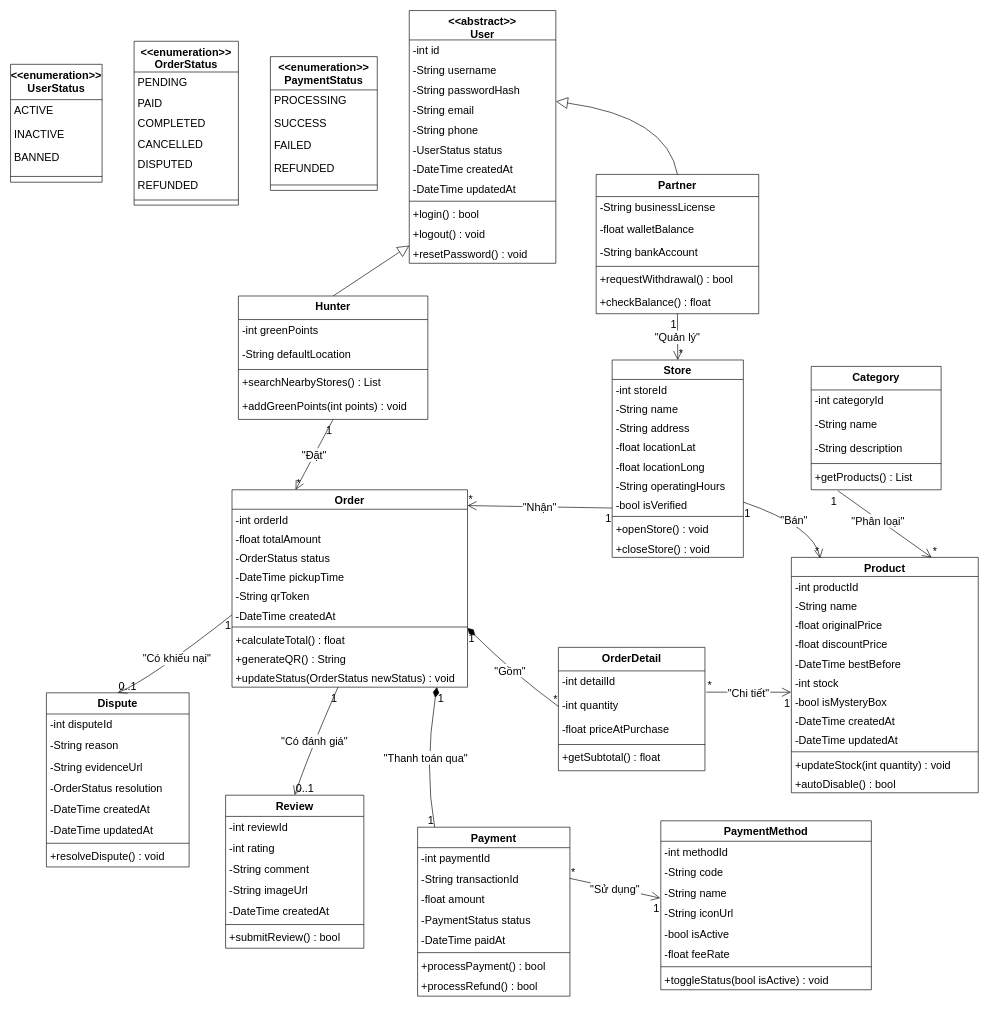
Earlier version of the draw.io diagram food-rescue/class-diagram.drawio (shin-client/drawio). Source tidied: cells renumbered, new cells numbered last; positions are measured from the earlier drawing's top-left corner, leaving out a move shared by most shapes. Both pictures are drawn from the tidied source at 64%, with x=0, y=0 at pixel (10, 10).
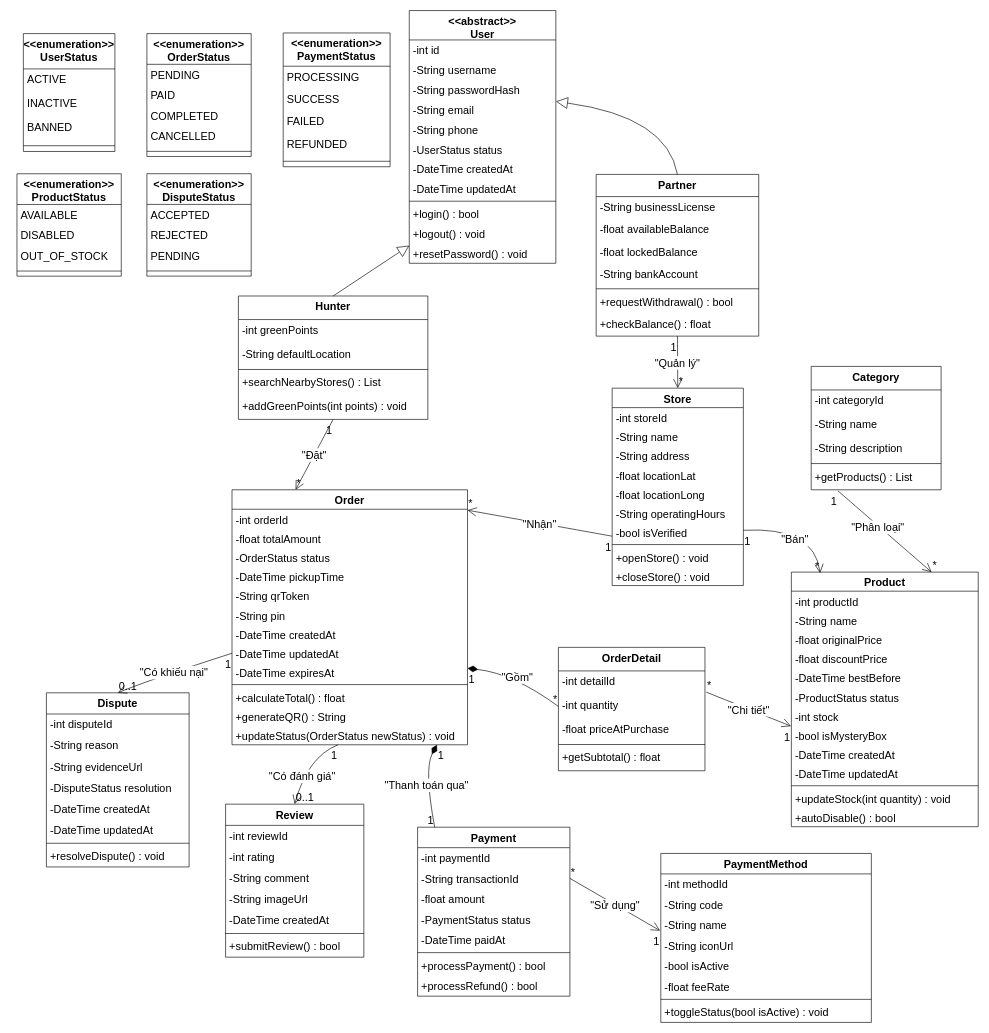
The same diagram, later.

The change refers to these unchanged cells:
```xml
<mxCell id="120" value="Dispute" style="swimlane;fontStyle=1;align=center;verticalAlign=top;horizontal=1;startSize=33.142857142857146;fontSize=17;" parent="1" vertex="1">
  <mxGeometry x="56" y="1066" width="223" height="272.1" as="geometry" />
</mxCell>
```

What changed in the source:
```diff
@@
     <mxCell id="2" value="&lt;&lt;enumeration&gt;&gt;&#10;UserStatus" style="swimlane;fontStyle=1;align=center;verticalAlign=top;horizontal=1;startSize=55.199999999999996;fontSize=17;" parent="1" vertex="1">
-      <mxGeometry y="84" width="143" height="184.2" as="geometry" />
+      <mxGeometry x="20" y="36" width="143" height="184.2" as="geometry" />
     </mxCell>
@@
     <mxCell id="7" value="&lt;&lt;enumeration&gt;&gt;&#10;OrderStatus" style="swimlane;fontStyle=1;align=center;verticalAlign=top;horizontal=1;startSize=48;fontSize=17;" parent="1" vertex="1">
-      <mxGeometry x="193" y="48" width="163" height="256" as="geometry" />
+      <mxGeometry x="213" y="36" width="163" height="192" as="geometry" />
     </mxCell>
@@
-    <mxCell id="12" value="DISPUTED" style="text;strokeColor=none;fillColor=none;align=left;verticalAlign=top;spacingLeft=4;spacingRight=4;overflow=hidden;fontSize=17;" parent="7" vertex="1">
-      <mxGeometry y="176" width="163" height="32" as="geometry" />
-    </mxCell>
-    <mxCell id="13" value="REFUNDED" style="text;strokeColor=none;fillColor=none;align=left;verticalAlign=top;spacingLeft=4;spacingRight=4;overflow=hidden;fontSize=17;" parent="7" vertex="1">
-      <mxGeometry y="208" width="163" height="32" as="geometry" />
-    </mxCell>
     <mxCell id="14" style="line;strokeWidth=1;fillColor=none;align=left;verticalAlign=middle;spacingTop=-1;spacingLeft=3;spacingRight=3;labelPosition=right;strokeColor=inherit;fontSize=17;" parent="7" vertex="1">
-      <mxGeometry y="240" width="163" height="16" as="geometry" />
+      <mxGeometry y="176" width="163" height="16" as="geometry" />
     </mxCell>
     <mxCell id="15" value="&lt;&lt;enumeration&gt;&gt;&#10;PaymentStatus" style="swimlane;fontStyle=1;align=center;verticalAlign=top;horizontal=1;startSize=52;fontSize=17;" parent="1" vertex="1">
-      <mxGeometry x="406" y="72" width="167" height="209" as="geometry" />
+      <mxGeometry x="426" y="35" width="167" height="209" as="geometry" />
     </mxCell>
@@
     <mxCell id="40" value="Partner" style="swimlane;fontStyle=1;align=center;verticalAlign=top;horizontal=1;startSize=34.666666666666664;fontSize=17;" parent="1" vertex="1">
-      <mxGeometry x="915" y="256" width="254" height="217.7" as="geometry" />
+      <mxGeometry x="915" y="256" width="254" height="252.7" as="geometry" />
     </mxCell>
@@
-    <mxCell id="42" value="-float walletBalance" style="text;strokeColor=none;fillColor=none;align=left;verticalAlign=top;spacingLeft=4;spacingRight=4;overflow=hidden;fontSize=17;" parent="40" vertex="1">
+    <mxCell id="42" value="-float availableBalance" style="text;strokeColor=none;fillColor=none;align=left;verticalAlign=top;spacingLeft=4;spacingRight=4;overflow=hidden;fontSize=17;" parent="40" vertex="1">
       <mxGeometry y="69.7" width="254" height="35" as="geometry" />
     </mxCell>
+    <mxCell id="164" value="-float lockedBalance" style="text;strokeColor=none;fillColor=none;align=left;verticalAlign=top;spacingLeft=4;spacingRight=4;overflow=hidden;fontSize=17;" parent="40" vertex="1">
+      <mxGeometry y="104.7" width="254" height="35" as="geometry" />
+    </mxCell>
     <mxCell id="43" value="-String bankAccount" style="text;strokeColor=none;fillColor=none;align=left;verticalAlign=top;spacingLeft=4;spacingRight=4;overflow=hidden;fontSize=17;" parent="40" vertex="1">
-      <mxGeometry y="104.7" width="254" height="35" as="geometry" />
+      <mxGeometry y="139.7" width="254" height="35" as="geometry" />
     </mxCell>
     <mxCell id="44" style="line;strokeWidth=1;fillColor=none;align=left;verticalAlign=middle;spacingTop=-1;spacingLeft=3;spacingRight=3;labelPosition=right;strokeColor=inherit;fontSize=17;" parent="40" vertex="1">
-      <mxGeometry y="139.7" width="254" height="8" as="geometry" />
+      <mxGeometry y="174.7" width="254" height="8" as="geometry" />
     </mxCell>
     <mxCell id="45" value="+requestWithdrawal() : bool" style="text;strokeColor=none;fillColor=none;align=left;verticalAlign=top;spacingLeft=4;spacingRight=4;overflow=hidden;fontSize=17;" parent="40" vertex="1">
-      <mxGeometry y="147.7" width="254" height="35" as="geometry" />
+      <mxGeometry y="182.7" width="254" height="35" as="geometry" />
     </mxCell>
     <mxCell id="46" value="+checkBalance() : float" style="text;strokeColor=none;fillColor=none;align=left;verticalAlign=top;spacingLeft=4;spacingRight=4;overflow=hidden;fontSize=17;" parent="40" vertex="1">
-      <mxGeometry y="182.7" width="254" height="35" as="geometry" />
+      <mxGeometry y="217.7" width="254" height="35" as="geometry" />
     </mxCell>
     <mxCell id="47" value="Store" style="swimlane;fontStyle=1;align=center;verticalAlign=top;horizontal=1;startSize=30.4;fontSize=17;" parent="1" vertex="1">
-      <mxGeometry x="940" y="546" width="205" height="308.4" as="geometry" />
+      <mxGeometry x="940" y="590" width="205" height="308.4" as="geometry" />
     </mxCell>
@@
     <mxCell id="64" value="Product" style="swimlane;fontStyle=1;align=center;verticalAlign=top;horizontal=1;startSize=29.818181818181817;fontSize=17;" parent="1" vertex="1">
-      <mxGeometry x="1220" y="854.4" width="292" height="367.8" as="geometry" />
+      <mxGeometry x="1220" y="877.4" width="292" height="397.8" as="geometry" />
     </mxCell>
@@
+    <mxCell id="165" value="-ProductStatus status" style="text;strokeColor=none;fillColor=none;align=left;verticalAlign=top;spacingLeft=4;spacingRight=4;overflow=hidden;fontSize=17;" parent="64" vertex="1">
+      <mxGeometry y="179.8" width="292" height="30" as="geometry" />
+    </mxCell>
     <mxCell id="70" value="-int stock" style="text;strokeColor=none;fillColor=none;align=left;verticalAlign=top;spacingLeft=4;spacingRight=4;overflow=hidden;fontSize=17;" parent="64" vertex="1">
-      <mxGeometry y="179.8" width="292" height="30" as="geometry" />
+      <mxGeometry y="209.8" width="292" height="30" as="geometry" />
     </mxCell>
     <mxCell id="71" value="-bool isMysteryBox" style="text;strokeColor=none;fillColor=none;align=left;verticalAlign=top;spacingLeft=4;spacingRight=4;overflow=hidden;points=[[0,0.5],[1,0.5]];portConstraint=eastwest;fontSize=17;" parent="64" vertex="1">
-      <mxGeometry y="209.8" width="292" height="30" as="geometry" />
+      <mxGeometry y="239.8" width="292" height="30" as="geometry" />
     </mxCell>
     <mxCell id="72" value="-DateTime createdAt" style="text;strokeColor=none;fillColor=none;align=left;verticalAlign=top;spacingLeft=4;spacingRight=4;overflow=hidden;fontSize=17;" parent="64" vertex="1">
-      <mxGeometry y="239.8" width="292" height="30" as="geometry" />
+      <mxGeometry y="269.8" width="292" height="30" as="geometry" />
     </mxCell>
     <mxCell id="73" value="-DateTime updatedAt" style="text;strokeColor=none;fillColor=none;align=left;verticalAlign=top;spacingLeft=4;spacingRight=4;overflow=hidden;fontSize=17;" parent="64" vertex="1">
-      <mxGeometry y="269.8" width="292" height="30" as="geometry" />
+      <mxGeometry y="299.8" width="292" height="30" as="geometry" />
     </mxCell>
     <mxCell id="74" style="line;strokeWidth=1;fillColor=none;align=left;verticalAlign=middle;spacingTop=-1;spacingLeft=3;spacingRight=3;labelPosition=right;strokeColor=inherit;fontSize=17;" parent="64" vertex="1">
-      <mxGeometry y="299.8" width="292" height="8" as="geometry" />
+      <mxGeometry y="329.8" width="292" height="8" as="geometry" />
     </mxCell>
     <mxCell id="75" value="+updateStock(int quantity) : void" style="text;strokeColor=none;fillColor=none;align=left;verticalAlign=top;spacingLeft=4;spacingRight=4;overflow=hidden;fontSize=17;" parent="64" vertex="1">
-      <mxGeometry y="307.8" width="292" height="30" as="geometry" />
+      <mxGeometry y="337.8" width="292" height="30" as="geometry" />
     </mxCell>
     <mxCell id="76" value="+autoDisable() : bool" style="text;strokeColor=none;fillColor=none;align=left;verticalAlign=top;spacingLeft=4;spacingRight=4;overflow=hidden;fontSize=17;" parent="64" vertex="1">
-      <mxGeometry y="337.8" width="292" height="30" as="geometry" />
+      <mxGeometry y="367.8" width="292" height="30" as="geometry" />
     </mxCell>
     <mxCell id="77" value="Order" style="swimlane;fontStyle=1;align=center;verticalAlign=top;horizontal=1;startSize=30.4;fontSize=17;" parent="1" vertex="1">
-      <mxGeometry x="346" y="748.8" width="368" height="308.4" as="geometry" />
+      <mxGeometry x="346" y="748.8" width="368" height="398.4" as="geometry" />
     </mxCell>
@@
+    <mxCell id="166" value="-String pin" style="text;strokeColor=none;fillColor=none;align=left;verticalAlign=top;spacingLeft=4;spacingRight=4;overflow=hidden;fontSize=17;" parent="77" vertex="1">
+      <mxGeometry y="180.4" width="368" height="30" as="geometry" />
+    </mxCell>
+    <mxCell id="167" value="-DateTime createdAt" style="text;strokeColor=none;fillColor=none;align=left;verticalAlign=top;spacingLeft=4;spacingRight=4;overflow=hidden;fontSize=17;" parent="77" vertex="1">
+      <mxGeometry y="210.4" width="368" height="30" as="geometry" />
+    </mxCell>
-    <mxCell id="83" value="-DateTime createdAt" style="text;strokeColor=none;fillColor=none;align=left;verticalAlign=top;spacingLeft=4;spacingRight=4;overflow=hidden;points=[[0,0.5],[1,0.5]];portConstraint=eastwest;fontSize=17;" parent="77" vertex="1">
-      <mxGeometry y="180.4" width="368" height="30" as="geometry" />
+    <mxCell id="83" value="-DateTime updatedAt" style="text;strokeColor=none;fillColor=none;align=left;verticalAlign=top;spacingLeft=4;spacingRight=4;overflow=hidden;points=[[0,0.5],[1,0.5]];portConstraint=eastwest;fontSize=17;" parent="77" vertex="1">
+      <mxGeometry y="240.4" width="368" height="30" as="geometry" />
     </mxCell>
+    <mxCell id="168" value="-DateTime expiresAt" style="text;strokeColor=none;fillColor=none;align=left;verticalAlign=top;spacingLeft=4;spacingRight=4;overflow=hidden;fontSize=17;" parent="77" vertex="1">
+      <mxGeometry y="270.4" width="368" height="30" as="geometry" />
+    </mxCell>
     <mxCell id="84" style="line;strokeWidth=1;fillColor=none;align=left;verticalAlign=middle;spacingTop=-1;spacingLeft=3;spacingRight=3;labelPosition=right;strokeColor=inherit;fontSize=17;" parent="77" vertex="1">
-      <mxGeometry y="210.4" width="368" height="8" as="geometry" />
+      <mxGeometry y="300.4" width="368" height="8" as="geometry" />
     </mxCell>
     <mxCell id="85" value="+calculateTotal() : float" style="text;strokeColor=none;fillColor=none;align=left;verticalAlign=top;spacingLeft=4;spacingRight=4;overflow=hidden;fontSize=17;" parent="77" vertex="1">
-      <mxGeometry y="218.4" width="368" height="30" as="geometry" />
+      <mxGeometry y="308.4" width="368" height="30" as="geometry" />
     </mxCell>
     <mxCell id="86" value="+generateQR() : String" style="text;strokeColor=none;fillColor=none;align=left;verticalAlign=top;spacingLeft=4;spacingRight=4;overflow=hidden;fontSize=17;" parent="77" vertex="1">
-      <mxGeometry y="248.4" width="368" height="30" as="geometry" />
+      <mxGeometry y="338.4" width="368" height="30" as="geometry" />
     </mxCell>
     <mxCell id="87" value="+updateStatus(OrderStatus newStatus) : void" style="text;strokeColor=none;fillColor=none;align=left;verticalAlign=top;spacingLeft=4;spacingRight=4;overflow=hidden;fontSize=17;" parent="77" vertex="1">
-      <mxGeometry y="278.4" width="368" height="30" as="geometry" />
+      <mxGeometry y="368.4" width="368" height="30" as="geometry" />
     </mxCell>
@@
     <mxCell id="94" value="PaymentMethod" style="swimlane;fontStyle=1;align=center;verticalAlign=top;horizontal=1;startSize=32;fontSize=17;" parent="1" vertex="1">
-      <mxGeometry x="1016" y="1266" width="329" height="264" as="geometry" />
+      <mxGeometry x="1016" y="1317" width="329" height="264" as="geometry" />
     </mxCell>
@@
     <mxCell id="112" value="Review" style="swimlane;fontStyle=1;align=center;verticalAlign=top;horizontal=1;startSize=33.142857142857146;fontSize=17;" parent="1" vertex="1">
-      <mxGeometry x="336" y="1226" width="216" height="239.1" as="geometry" />
+      <mxGeometry x="336" y="1240" width="216" height="239.1" as="geometry" />
     </mxCell>
@@
-    <mxCell id="124" value="-OrderStatus resolution" style="text;strokeColor=none;fillColor=none;align=left;verticalAlign=top;spacingLeft=4;spacingRight=4;overflow=hidden;fontSize=17;" parent="120" vertex="1">
+    <mxCell id="124" value="-DisputeStatus resolution" style="text;strokeColor=none;fillColor=none;align=left;verticalAlign=top;spacingLeft=4;spacingRight=4;overflow=hidden;fontSize=17;" parent="120" vertex="1">
       <mxGeometry y="132.1" width="223" height="33" as="geometry" />
     </mxCell>
@@
     <mxCell id="137" value="&quot;Bán&quot;" style="curved=1;startArrow=none;endArrow=open;endSize=12;exitX=1;exitY=0.72;entryX=0.154;entryY=0.004;rounded=0;fontSize=17;entryDx=0;entryDy=0;entryPerimeter=0;" parent="1" edge="1" source="47" target="64">
-      <mxGeometry relative="1" as="geometry">
+      <mxGeometry x="-0.13" y="-18" relative="1" as="geometry">
         <Array as="points">
           <mxPoint x="1256" y="806" />
         </Array>
       </mxGeometry>
     </mxCell>
@@
     <mxCell id="158" value="&quot;Có đánh giá&quot;" style="curved=1;startArrow=none;endArrow=open;endSize=12;exitX=0.45;exitY=1;entryX=0.5;entryY=0;rounded=0;fontSize=17;" parent="1" edge="1" source="77" target="112">
-      <mxGeometry relative="1" as="geometry">
+      <mxGeometry x="0.29" relative="1" as="geometry">
         <Array as="points">
           <mxPoint x="464" y="1166" />
         </Array>
       </mxGeometry>
     </mxCell>
@@
+    <mxCell id="169" value="&lt;&lt;enumeration&gt;&gt;&#10;DisputeStatus " style="swimlane;fontStyle=1;align=center;verticalAlign=top;horizontal=1;startSize=48;fontSize=17;" parent="1" vertex="1">
+      <mxGeometry x="213" y="254.9" width="163" height="160" as="geometry" />
+    </mxCell>
+    <mxCell id="170" value="ACCEPTED" style="text;strokeColor=none;fillColor=none;align=left;verticalAlign=top;spacingLeft=4;spacingRight=4;overflow=hidden;fontSize=17;" parent="169" vertex="1">
+      <mxGeometry y="48" width="163" height="32" as="geometry" />
+    </mxCell>
+    <mxCell id="171" value="REJECTED " style="text;strokeColor=none;fillColor=none;align=left;verticalAlign=top;spacingLeft=4;spacingRight=4;overflow=hidden;fontSize=17;" parent="169" vertex="1">
+      <mxGeometry y="80" width="163" height="32" as="geometry" />
+    </mxCell>
+    <mxCell id="172" value="PENDING " style="text;strokeColor=none;fillColor=none;align=left;verticalAlign=top;spacingLeft=4;spacingRight=4;overflow=hidden;fontSize=17;" parent="169" vertex="1">
+      <mxGeometry y="112" width="163" height="32" as="geometry" />
+    </mxCell>
+    <mxCell id="173" style="line;strokeWidth=1;fillColor=none;align=left;verticalAlign=middle;spacingTop=-1;spacingLeft=3;spacingRight=3;labelPosition=right;strokeColor=inherit;fontSize=17;" parent="169" vertex="1">
+      <mxGeometry y="144" width="163" height="16" as="geometry" />
+    </mxCell>
+    <mxCell id="174" value="&lt;&lt;enumeration&gt;&gt;&#10;ProductStatus " style="swimlane;fontStyle=1;align=center;verticalAlign=top;horizontal=1;startSize=48;fontSize=17;" parent="1" vertex="1">
+      <mxGeometry x="10" y="255" width="163" height="160" as="geometry" />
+    </mxCell>
+    <mxCell id="175" value="AVAILABLE " style="text;strokeColor=none;fillColor=none;align=left;verticalAlign=top;spacingLeft=4;spacingRight=4;overflow=hidden;fontSize=17;" parent="174" vertex="1">
+      <mxGeometry y="48" width="163" height="32" as="geometry" />
+    </mxCell>
+    <mxCell id="176" value="DISABLED" style="text;strokeColor=none;fillColor=none;align=left;verticalAlign=top;spacingLeft=4;spacingRight=4;overflow=hidden;fontSize=17;" parent="174" vertex="1">
+      <mxGeometry y="80" width="163" height="32" as="geometry" />
+    </mxCell>
+    <mxCell id="177" value="OUT_OF_STOCK" style="text;strokeColor=none;fillColor=none;align=left;verticalAlign=top;spacingLeft=4;spacingRight=4;overflow=hidden;fontSize=17;" parent="174" vertex="1">
+      <mxGeometry y="112" width="163" height="32" as="geometry" />
+    </mxCell>
+    <mxCell id="178" style="line;strokeWidth=1;fillColor=none;align=left;verticalAlign=middle;spacingTop=-1;spacingLeft=3;spacingRight=3;labelPosition=right;strokeColor=inherit;fontSize=17;" parent="174" vertex="1">
+      <mxGeometry y="144" width="163" height="16" as="geometry" />
+    </mxCell>
```
